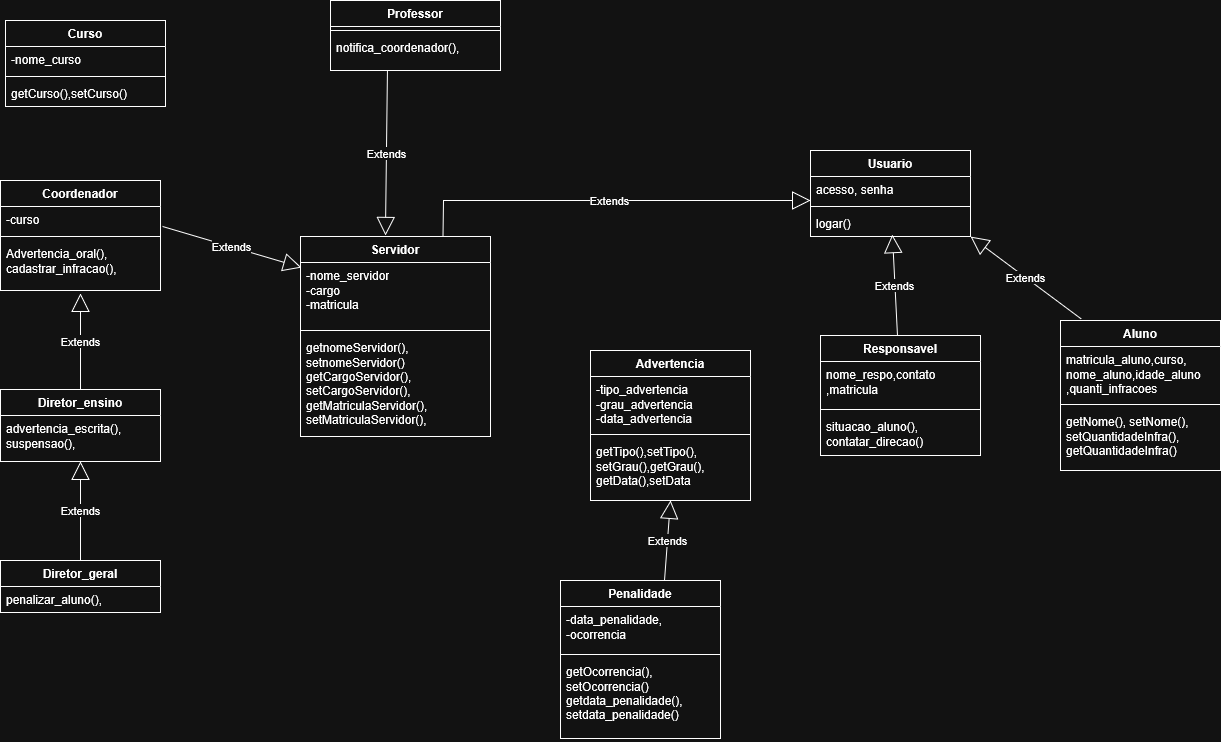
Above: identificaçãoclaasesemetodos.drawio.png in J-Gabriels-dev/Problema.suap (draw.io), before the change. Source tidied: cells renumbered, new cells last; positions are measured from the earlier drawing's top-left corner, leaving out a move shared by most shapes.
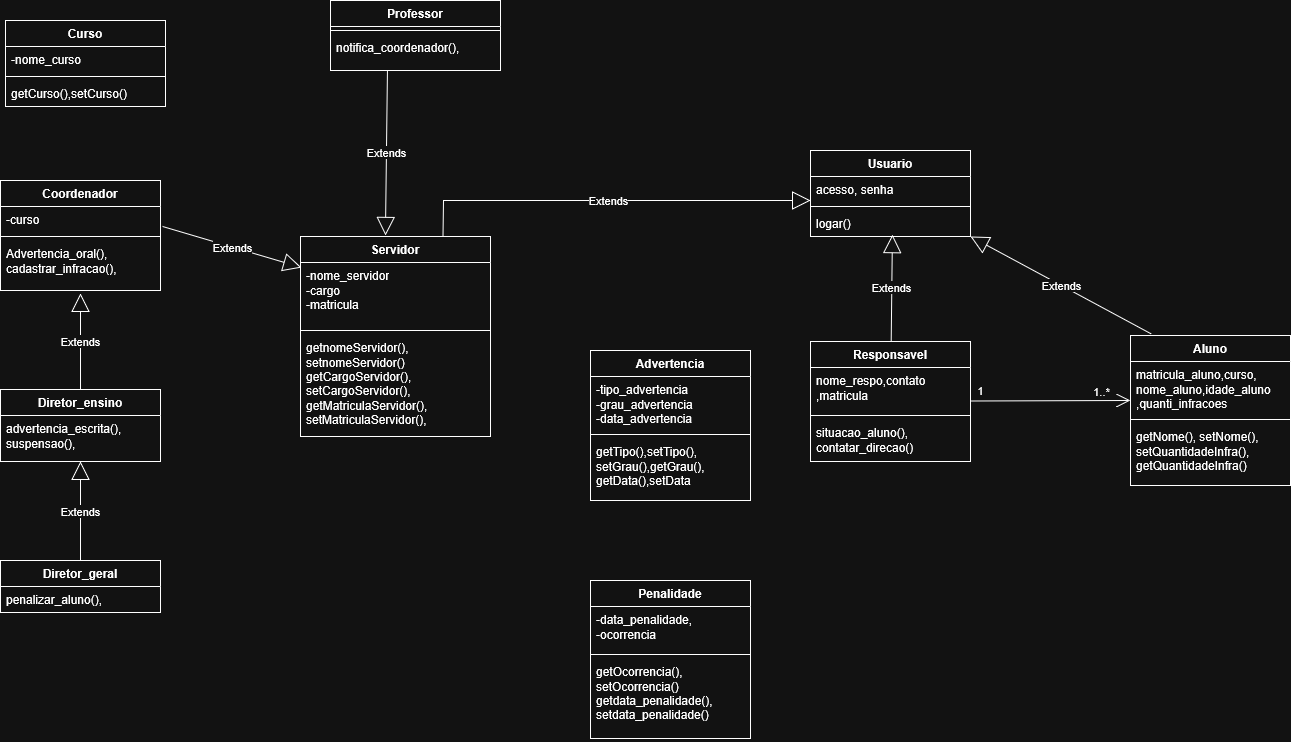
The same diagram one commit later.

The edit, as a diff of the source:
```diff
@@ -3,7 +3,7 @@
     <mxCell id="0" />
     <mxCell id="1" parent="0" />
     <mxCell id="2" value="Responsavel" style="swimlane;fontStyle=1;align=center;verticalAlign=top;horizontal=1;startSize=26;whiteSpace=wrap;html=1;" parent="1" vertex="1">
-      <mxGeometry x="820" y="335" width="160" height="120" as="geometry" />
+      <mxGeometry x="810" y="341" width="160" height="120" as="geometry" />
     </mxCell>
     <mxCell id="3" value="&lt;div&gt;nome_respo,contato&lt;/div&gt;&lt;div&gt;,matricula&lt;/div&gt;" style="text;strokeColor=none;fillColor=none;align=left;verticalAlign=top;spacingLeft=4;spacingRight=4;overflow=hidden;whiteSpace=wrap;html=1;" parent="2" vertex="1">
       <mxGeometry y="26" width="160" height="44" as="geometry" />
@@ -15,7 +15,7 @@
       <mxGeometry y="78" width="160" height="42" as="geometry" />
     </mxCell>
     <mxCell id="6" value="&lt;div&gt;Penalidade&lt;/div&gt;" style="swimlane;fontStyle=1;align=center;verticalAlign=top;horizontal=1;startSize=26;whiteSpace=wrap;html=1;" parent="1" vertex="1">
-      <mxGeometry x="560" y="580" width="160" height="158" as="geometry" />
+      <mxGeometry x="590" y="580" width="160" height="158" as="geometry" />
     </mxCell>
     <mxCell id="7" value="&lt;div&gt;-data_penalidade,&lt;/div&gt;&lt;div&gt;-ocorrencia&lt;/div&gt;" style="text;strokeColor=none;fillColor=none;align=left;verticalAlign=top;spacingLeft=4;spacingRight=4;overflow=hidden;whiteSpace=wrap;html=1;" parent="6" vertex="1">
       <mxGeometry y="26" width="160" height="44" as="geometry" />
@@ -27,7 +27,7 @@
       <mxGeometry y="78" width="160" height="80" as="geometry" />
     </mxCell>
     <mxCell id="10" value="Aluno" style="swimlane;fontStyle=1;align=center;verticalAlign=top;horizontal=1;startSize=26;whiteSpace=wrap;html=1;" parent="1" vertex="1">
-      <mxGeometry x="1060" y="320" width="160" height="150" as="geometry" />
+      <mxGeometry x="1130" y="335" width="160" height="150" as="geometry" />
     </mxCell>
     <mxCell id="11" value="&lt;div&gt;matricula_aluno,curso,&lt;/div&gt;&lt;div&gt;nome_aluno,idade_aluno&lt;/div&gt;,quanti_infracoes" style="text;strokeColor=none;fillColor=none;align=left;verticalAlign=top;spacingLeft=4;spacingRight=4;overflow=hidden;points=[[0,0.5],[1,0.5]];portConstraint=eastwest;whiteSpace=wrap;html=1;" parent="10" vertex="1">
       <mxGeometry y="26" width="160" height="54" as="geometry" />
@@ -99,9 +99,6 @@
     <mxCell id="32" value="&lt;div&gt;getnomeServidor(),&lt;/div&gt;&lt;div&gt;setnomeServidor()&lt;/div&gt;&lt;div&gt;getCargoServidor(),&lt;/div&gt;&lt;div&gt;setCargoServidor(),&lt;/div&gt;&lt;div&gt;getMatriculaServidor(),&lt;/div&gt;&lt;div&gt;setMatriculaServidor(),&lt;/div&gt;" style="text;strokeColor=none;fillColor=none;align=left;verticalAlign=top;spacingLeft=4;spacingRight=4;overflow=hidden;whiteSpace=wrap;html=1;" parent="29" vertex="1">
       <mxGeometry y="98" width="190" height="102" as="geometry" />
     </mxCell>
-    <mxCell id="33" value="Extends" style="endArrow=block;endSize=16;endFill=0;html=1;rounded=0;exitX=0.65;exitY=0;exitDx=0;exitDy=0;exitPerimeter=0;entryX=0.5;entryY=1;entryDx=0;entryDy=0;" parent="1" edge="1" source="6" target="22">
-      <mxGeometry relative="1" as="geometry" />
-    </mxCell>
     <mxCell id="34" value="Diretor_geral" style="swimlane;fontStyle=1;align=center;verticalAlign=top;horizontal=1;startSize=26;whiteSpace=wrap;html=1;" parent="1" vertex="1">
       <mxGeometry y="560" width="160" height="52" as="geometry" />
     </mxCell>
@@ -149,5 +146,20 @@
     <mxCell id="48" value="Extends" style="endArrow=block;endSize=16;endFill=0;html=1;rounded=0;exitX=0.5;exitY=0;exitDx=0;exitDy=0;" parent="1" edge="1" source="34" target="45">
       <mxGeometry relative="1" as="geometry" />
     </mxCell>
+    <mxCell id="49" style="endArrow=open;endFill=1;endSize=12;html=1;rounded=0;entryX=0;entryY=0.722;entryDx=0;entryDy=0;entryPerimeter=0;" parent="1" edge="1" target="11">
+      <mxGeometry relative="1" as="geometry">
+        <mxPoint x="971" y="400.5" as="sourcePoint" />
+      </mxGeometry>
+    </mxCell>
+    <mxCell id="50" value="1" style="edgeLabel;html=1;align=center;verticalAlign=middle;" parent="49" vertex="1">
+      <mxGeometry x="-0.09" y="-6" relative="1" as="geometry">
+        <mxPoint x="-64" y="-17" as="offset" />
+      </mxGeometry>
+    </mxCell>
+    <mxCell id="51" value="1..*" style="edgeLabel;html=1;align=center;verticalAlign=middle;" parent="49" vertex="1">
+      <mxGeometry x="0.15" relative="1" as="geometry">
+        <mxPoint x="38" y="-10" as="offset" />
+      </mxGeometry>
+    </mxCell>
   </root>
 </mxGraphModel>
```
